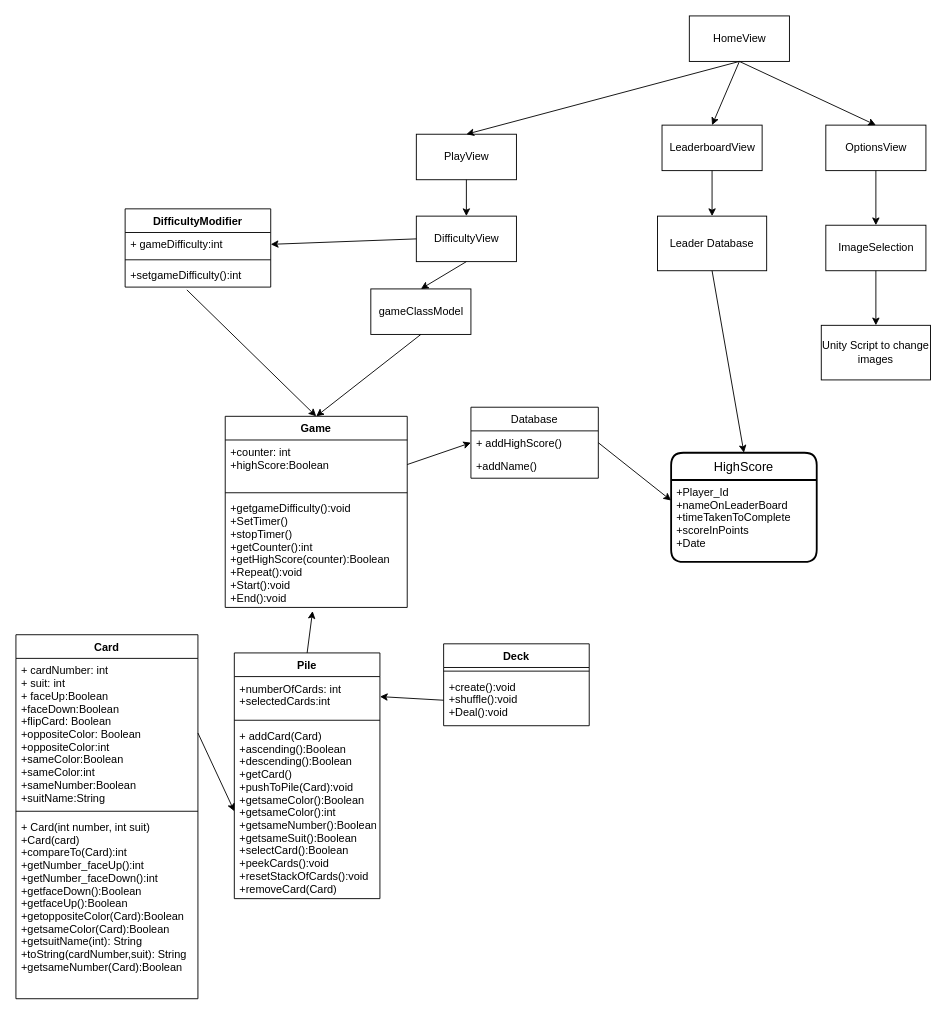
Before: UML for UI.drawio in steveb1250/Devils_Grip_Proposal, a draw.io diagram. Source tidied: cells renumbered, new cells numbered last; positions are measured from the earlier drawing's top-left corner, leaving out a move shared by most shapes. Both pictures are drawn from the tidied source at 91%, with x=0, y=0 at pixel (15, 15).
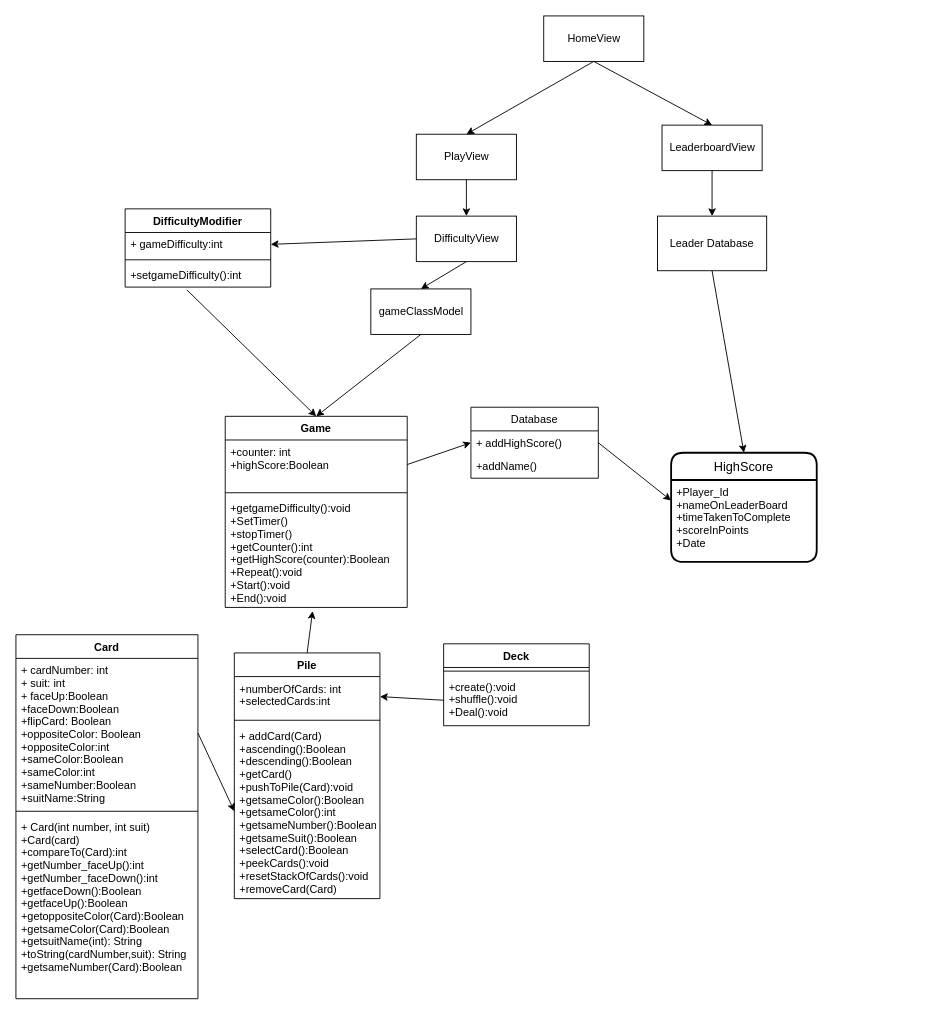
The same page after the edit.

Change to the diagram source:
```diff
@@
     <mxCell id="2" value="HomeView" style="html=1;" parent="1" vertex="1">
-      <mxGeometry x="740" width="110" height="50" as="geometry" />
+      <mxGeometry x="580" width="110" height="50" as="geometry" />
     </mxCell>
-    <mxCell id="3" value="OptionsView" style="html=1;" parent="1" vertex="1">
-      <mxGeometry x="890" y="120" width="110" height="50" as="geometry" />
-    </mxCell>
@@
-    <mxCell id="6" value="ImageSelection" style="html=1;" parent="1" vertex="1">
-      <mxGeometry x="890" y="230" width="110" height="50" as="geometry" />
-    </mxCell>
@@
-    <mxCell id="9" style="endArrow=classic;html=1;exitX=0.5;exitY=1;exitDx=0;exitDy=0;entryX=0.5;entryY=0;entryDx=0;entryDy=0;" parent="1" edge="1" source="2" target="3">
-      <mxGeometry relative="1" as="geometry" />
-    </mxCell>
@@
-    <mxCell id="17" style="endArrow=classic;html=1;entryX=0.5;entryY=0;entryDx=0;entryDy=0;exitX=0.5;exitY=1;exitDx=0;exitDy=0;" parent="1" edge="1" source="3" target="6">
-      <mxGeometry relative="1" as="geometry" />
-    </mxCell>
@@
-    <mxCell id="46" style="endArrow=classic;html=1;exitX=0.5;exitY=1;exitDx=0;exitDy=0;entryX=0.5;entryY=0;entryDx=0;entryDy=0;" parent="1" edge="1" source="6" target="47">
-      <mxGeometry relative="1" as="geometry" />
-    </mxCell>
-    <mxCell id="47" value="Unity Script to change images" style="rounded=0;whiteSpace=wrap;html=1;" parent="1" vertex="1">
-      <mxGeometry x="885" y="340" width="120" height="60" as="geometry" />
-    </mxCell>
```
